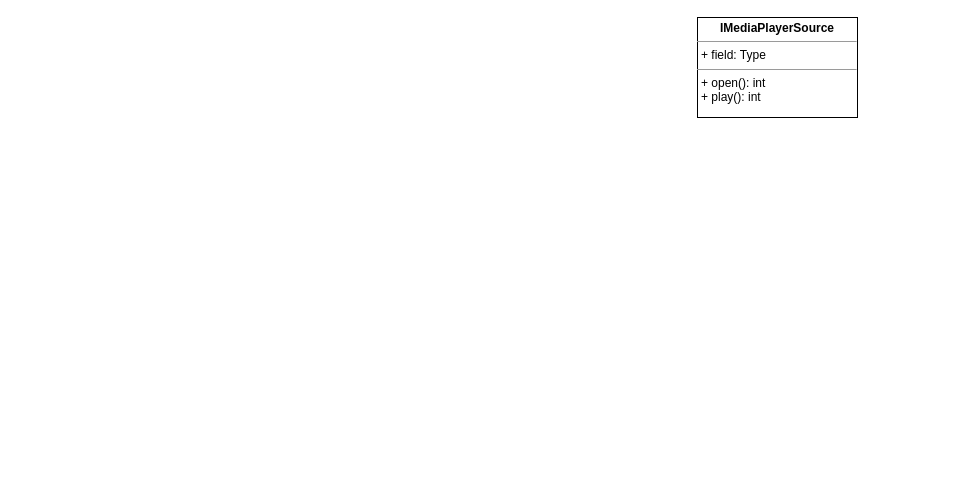
Before: Agora/media_player_refactoring.drawio in hanpfei/uml_document, a draw.io diagram. Source tidied: cells renumbered, new cells numbered last; positions are measured from the earlier drawing's top-left corner, leaving out a move shared by most shapes. Both pictures are drawn from the tidied source at 100%, with x=0, y=0 at pixel (697, 17).
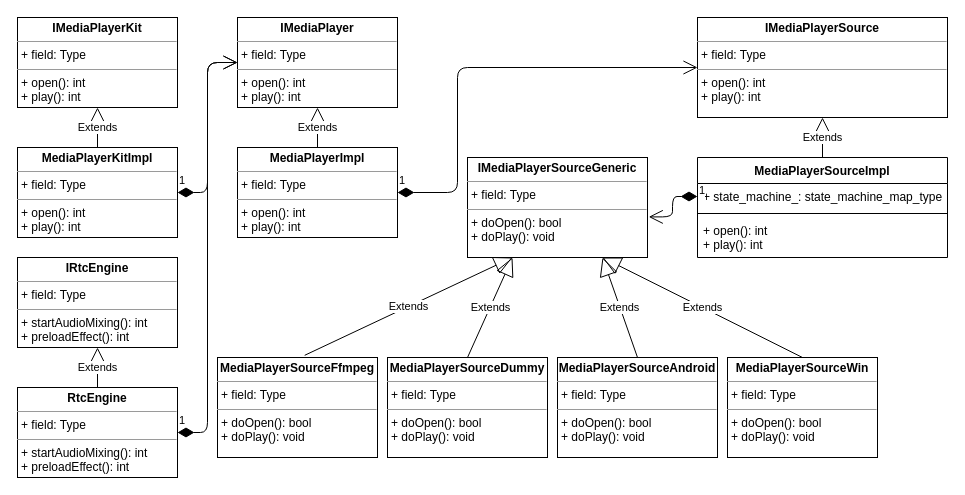
The same page after the edit.

Diff of the diagram source:
```diff
@@
     <mxCell id="2" value="&lt;p style=&quot;margin: 0px ; margin-top: 4px ; text-align: center&quot;&gt;&lt;b&gt;IMediaPlayerSource&lt;/b&gt;&lt;br&gt;&lt;/p&gt;&lt;hr size=&quot;1&quot;&gt;&lt;p style=&quot;margin: 0px ; margin-left: 4px&quot;&gt;+ field: Type&lt;/p&gt;&lt;hr size=&quot;1&quot;&gt;&lt;p style=&quot;margin: 0px ; margin-left: 4px&quot;&gt;+ open(): int&lt;/p&gt;&lt;p style=&quot;margin: 0px ; margin-left: 4px&quot;&gt;+ play(): int&lt;br&gt;&lt;/p&gt;&lt;p style=&quot;margin: 0px ; margin-left: 4px&quot;&gt;&lt;br&gt;&lt;/p&gt;" style="verticalAlign=top;align=left;overflow=fill;fontSize=12;fontFamily=Helvetica;html=1;" parent="1" vertex="1">
-      <mxGeometry width="160" height="100" as="geometry" />
+      <mxGeometry width="250" height="100" as="geometry" />
     </mxCell>
+    <mxCell id="3" value="MediaPlayerSourceImpl" style="swimlane;fontStyle=1;align=center;verticalAlign=top;horizontal=1;startSize=26;" parent="1" vertex="1">
+      <mxGeometry y="140" width="250" height="100" as="geometry" />
+    </mxCell>
+    <mxCell id="4" value="+ state_machine_: state_machine_map_type" style="text;strokeColor=none;fillColor=none;align=left;verticalAlign=top;spacingLeft=4;spacingRight=4;overflow=hidden;points=[[0,0.5],[1,0.5]];portConstraint=eastwest;" parent="3" vertex="1">
+      <mxGeometry y="26" width="250" height="26" as="geometry" />
+    </mxCell>
+    <mxCell id="5" style="line;strokeWidth=1;fillColor=none;align=left;verticalAlign=middle;spacingTop=-1;spacingLeft=3;spacingRight=3;labelPosition=right;" parent="3" vertex="1">
+      <mxGeometry y="52" width="250" height="8" as="geometry" />
+    </mxCell>
+    <mxCell id="6" value="+ open(): int&#10;+ play(): int" style="text;strokeColor=none;fillColor=none;align=left;verticalAlign=top;spacingLeft=4;spacingRight=4;overflow=hidden;" parent="3" vertex="1">
+      <mxGeometry y="60" width="250" height="40" as="geometry" />
+    </mxCell>
+    <mxCell id="7" value="Extends" style="endArrow=block;endSize=16;endFill=0;html=1;exitX=0.5;exitY=0;exitDx=0;exitDy=0;" parent="1" edge="1" source="3" target="2">
+      <mxGeometry relative="1" as="geometry" />
+    </mxCell>
+    <mxCell id="8" value="&lt;p style=&quot;margin: 0px ; margin-top: 4px ; text-align: center&quot;&gt;&lt;b&gt;IMediaPlayerSourceGeneric&lt;/b&gt;&lt;br&gt;&lt;/p&gt;&lt;hr size=&quot;1&quot;&gt;&lt;p style=&quot;margin: 0px ; margin-left: 4px&quot;&gt;+ field: Type&lt;/p&gt;&lt;hr size=&quot;1&quot;&gt;&lt;p style=&quot;margin: 0px ; margin-left: 4px&quot;&gt;+ doOpen(): bool&lt;/p&gt;&lt;p style=&quot;margin: 0px ; margin-left: 4px&quot;&gt;+ doPlay(): void&lt;br&gt;&lt;/p&gt;&lt;p style=&quot;margin: 0px ; margin-left: 4px&quot;&gt;&lt;br&gt;&lt;/p&gt;" style="verticalAlign=top;align=left;overflow=fill;fontSize=12;fontFamily=Helvetica;html=1;" parent="1" vertex="1">
+      <mxGeometry x="-230" y="140" width="180" height="100" as="geometry" />
+    </mxCell>
+    <mxCell id="9" value="&lt;p style=&quot;margin: 0px ; margin-top: 4px ; text-align: center&quot;&gt;&lt;b&gt;MediaPlayerSourceAndroid&lt;/b&gt;&lt;br&gt;&lt;/p&gt;&lt;hr size=&quot;1&quot;&gt;&lt;p style=&quot;margin: 0px ; margin-left: 4px&quot;&gt;+ field: Type&lt;/p&gt;&lt;hr size=&quot;1&quot;&gt;&lt;p style=&quot;margin: 0px ; margin-left: 4px&quot;&gt;+ doOpen(): bool&lt;/p&gt;&lt;p style=&quot;margin: 0px ; margin-left: 4px&quot;&gt;+ doPlay(): void&lt;br&gt;&lt;/p&gt;&lt;p style=&quot;margin: 0px ; margin-left: 4px&quot;&gt;&lt;br&gt;&lt;/p&gt;" style="verticalAlign=top;align=left;overflow=fill;fontSize=12;fontFamily=Helvetica;html=1;" parent="1" vertex="1">
+      <mxGeometry x="-140" y="340" width="160" height="100" as="geometry" />
+    </mxCell>
+    <mxCell id="10" value="&lt;p style=&quot;margin: 0px ; margin-top: 4px ; text-align: center&quot;&gt;&lt;b&gt;MediaPlayerSourceFfmpeg&lt;/b&gt;&lt;br&gt;&lt;/p&gt;&lt;hr size=&quot;1&quot;&gt;&lt;p style=&quot;margin: 0px ; margin-left: 4px&quot;&gt;+ field: Type&lt;/p&gt;&lt;hr size=&quot;1&quot;&gt;&lt;p style=&quot;margin: 0px ; margin-left: 4px&quot;&gt;+ doOpen(): bool&lt;/p&gt;&lt;p style=&quot;margin: 0px ; margin-left: 4px&quot;&gt;+ doPlay(): void&lt;br&gt;&lt;/p&gt;&lt;p style=&quot;margin: 0px ; margin-left: 4px&quot;&gt;&lt;br&gt;&lt;/p&gt;" style="verticalAlign=top;align=left;overflow=fill;fontSize=12;fontFamily=Helvetica;html=1;" parent="1" vertex="1">
+      <mxGeometry x="-480" y="340" width="160" height="100" as="geometry" />
+    </mxCell>
+    <mxCell id="11" value="&lt;p style=&quot;margin: 0px ; margin-top: 4px ; text-align: center&quot;&gt;&lt;b&gt;MediaPlayerSourceDummy&lt;/b&gt;&lt;br&gt;&lt;/p&gt;&lt;hr size=&quot;1&quot;&gt;&lt;p style=&quot;margin: 0px ; margin-left: 4px&quot;&gt;+ field: Type&lt;/p&gt;&lt;hr size=&quot;1&quot;&gt;&lt;p style=&quot;margin: 0px ; margin-left: 4px&quot;&gt;+ doOpen(): bool&lt;/p&gt;&lt;p style=&quot;margin: 0px ; margin-left: 4px&quot;&gt;+ doPlay(): void&lt;br&gt;&lt;/p&gt;&lt;p style=&quot;margin: 0px ; margin-left: 4px&quot;&gt;&lt;br&gt;&lt;/p&gt;" style="verticalAlign=top;align=left;overflow=fill;fontSize=12;fontFamily=Helvetica;html=1;" parent="1" vertex="1">
+      <mxGeometry x="-310" y="340" width="160" height="100" as="geometry" />
+    </mxCell>
+    <mxCell id="12" value="&lt;p style=&quot;margin: 0px ; margin-top: 4px ; text-align: center&quot;&gt;&lt;b&gt;MediaPlayerSourceWin&lt;/b&gt;&lt;br&gt;&lt;/p&gt;&lt;hr size=&quot;1&quot;&gt;&lt;p style=&quot;margin: 0px ; margin-left: 4px&quot;&gt;+ field: Type&lt;/p&gt;&lt;hr size=&quot;1&quot;&gt;&lt;p style=&quot;margin: 0px ; margin-left: 4px&quot;&gt;+ doOpen(): bool&lt;/p&gt;&lt;p style=&quot;margin: 0px ; margin-left: 4px&quot;&gt;+ doPlay(): void&lt;br&gt;&lt;/p&gt;&lt;p style=&quot;margin: 0px ; margin-left: 4px&quot;&gt;&lt;br&gt;&lt;/p&gt;" style="verticalAlign=top;align=left;overflow=fill;fontSize=12;fontFamily=Helvetica;html=1;" parent="1" vertex="1">
+      <mxGeometry x="30" y="340" width="150" height="100" as="geometry" />
+    </mxCell>
+    <mxCell id="13" value="Extends" style="endArrow=block;endSize=16;endFill=0;html=1;exitX=0.545;exitY=-0.022;exitDx=0;exitDy=0;exitPerimeter=0;entryX=0.25;entryY=1;entryDx=0;entryDy=0;" parent="1" edge="1" source="10" target="8">
+      <mxGeometry relative="1" as="geometry" />
+    </mxCell>
+    <mxCell id="14" value="Extends" style="endArrow=block;endSize=16;endFill=0;html=1;exitX=0.5;exitY=0;exitDx=0;exitDy=0;entryX=0.25;entryY=1;entryDx=0;entryDy=0;" parent="1" edge="1" source="11" target="8">
+      <mxGeometry relative="1" as="geometry" />
+    </mxCell>
+    <mxCell id="15" value="Extends" style="endArrow=block;endSize=16;endFill=0;html=1;exitX=0.5;exitY=0;exitDx=0;exitDy=0;entryX=0.75;entryY=1;entryDx=0;entryDy=0;" parent="1" edge="1" source="9" target="8">
+      <mxGeometry relative="1" as="geometry" />
+    </mxCell>
+    <mxCell id="16" value="Extends" style="endArrow=block;endSize=16;endFill=0;html=1;exitX=0.5;exitY=0;exitDx=0;exitDy=0;entryX=0.75;entryY=1;entryDx=0;entryDy=0;" parent="1" edge="1" source="12" target="8">
+      <mxGeometry relative="1" as="geometry" />
+    </mxCell>
+    <mxCell id="17" value="1" style="endArrow=open;html=1;endSize=12;startArrow=diamondThin;startSize=14;startFill=1;edgeStyle=orthogonalEdgeStyle;align=left;verticalAlign=bottom;exitX=0;exitY=0.5;exitDx=0;exitDy=0;entryX=1.007;entryY=0.594;entryDx=0;entryDy=0;entryPerimeter=0;" parent="1" edge="1" source="4" target="8">
+      <mxGeometry x="-1" y="3" relative="1" as="geometry" />
+    </mxCell>
+    <mxCell id="18" value="&lt;p style=&quot;margin: 0px ; margin-top: 4px ; text-align: center&quot;&gt;&lt;b&gt;IMediaPlayer&lt;/b&gt;&lt;br&gt;&lt;/p&gt;&lt;hr size=&quot;1&quot;&gt;&lt;p style=&quot;margin: 0px ; margin-left: 4px&quot;&gt;+ field: Type&lt;/p&gt;&lt;hr size=&quot;1&quot;&gt;&lt;p style=&quot;margin: 0px ; margin-left: 4px&quot;&gt;+ open(): int&lt;/p&gt;&lt;p style=&quot;margin: 0px ; margin-left: 4px&quot;&gt;+ play(): int&lt;br&gt;&lt;/p&gt;&lt;p style=&quot;margin: 0px ; margin-left: 4px&quot;&gt;&lt;br&gt;&lt;/p&gt;" style="verticalAlign=top;align=left;overflow=fill;fontSize=12;fontFamily=Helvetica;html=1;" parent="1" vertex="1">
+      <mxGeometry x="-460" width="160" height="90" as="geometry" />
+    </mxCell>
+    <mxCell id="19" value="&lt;p style=&quot;margin: 0px ; margin-top: 4px ; text-align: center&quot;&gt;&lt;b&gt;MediaPlayerImpl&lt;/b&gt;&lt;br&gt;&lt;/p&gt;&lt;hr size=&quot;1&quot;&gt;&lt;p style=&quot;margin: 0px ; margin-left: 4px&quot;&gt;+ field: Type&lt;/p&gt;&lt;hr size=&quot;1&quot;&gt;&lt;p style=&quot;margin: 0px ; margin-left: 4px&quot;&gt;+ open(): int&lt;/p&gt;&lt;p style=&quot;margin: 0px ; margin-left: 4px&quot;&gt;+ play(): int&lt;br&gt;&lt;/p&gt;&lt;p style=&quot;margin: 0px ; margin-left: 4px&quot;&gt;&lt;br&gt;&lt;/p&gt;" style="verticalAlign=top;align=left;overflow=fill;fontSize=12;fontFamily=Helvetica;html=1;" parent="1" vertex="1">
+      <mxGeometry x="-460" y="130" width="160" height="90" as="geometry" />
+    </mxCell>
+    <mxCell id="20" value="Extends" style="endArrow=block;endSize=16;endFill=0;html=1;entryX=0.5;entryY=1;entryDx=0;entryDy=0;" parent="1" edge="1" source="19" target="18">
+      <mxGeometry relative="1" as="geometry" />
+    </mxCell>
+    <mxCell id="21" value="1" style="endArrow=open;html=1;endSize=12;startArrow=diamondThin;startSize=14;startFill=1;edgeStyle=orthogonalEdgeStyle;align=left;verticalAlign=bottom;exitX=1;exitY=0.5;exitDx=0;exitDy=0;entryX=0;entryY=0.5;entryDx=0;entryDy=0;" parent="1" edge="1" source="19" target="2">
+      <mxGeometry x="-1" y="3" relative="1" as="geometry">
+        <Array as="points">
+          <mxPoint x="-240" y="175" />
+          <mxPoint x="-240" y="50" />
+        </Array>
+      </mxGeometry>
+    </mxCell>
+    <mxCell id="22" value="&lt;p style=&quot;margin: 0px ; margin-top: 4px ; text-align: center&quot;&gt;&lt;b&gt;MediaPlayerKitImpl&lt;/b&gt;&lt;br&gt;&lt;/p&gt;&lt;hr size=&quot;1&quot;&gt;&lt;p style=&quot;margin: 0px ; margin-left: 4px&quot;&gt;+ field: Type&lt;/p&gt;&lt;hr size=&quot;1&quot;&gt;&lt;p style=&quot;margin: 0px ; margin-left: 4px&quot;&gt;+ open(): int&lt;/p&gt;&lt;p style=&quot;margin: 0px ; margin-left: 4px&quot;&gt;+ play(): int&lt;br&gt;&lt;/p&gt;&lt;p style=&quot;margin: 0px ; margin-left: 4px&quot;&gt;&lt;br&gt;&lt;/p&gt;" style="verticalAlign=top;align=left;overflow=fill;fontSize=12;fontFamily=Helvetica;html=1;" parent="1" vertex="1">
+      <mxGeometry x="-680" y="130" width="160" height="90" as="geometry" />
+    </mxCell>
+    <mxCell id="23" value="&lt;p style=&quot;margin: 0px ; margin-top: 4px ; text-align: center&quot;&gt;&lt;b&gt;IMediaPlayerKit&lt;/b&gt;&lt;br&gt;&lt;/p&gt;&lt;hr size=&quot;1&quot;&gt;&lt;p style=&quot;margin: 0px ; margin-left: 4px&quot;&gt;+ field: Type&lt;/p&gt;&lt;hr size=&quot;1&quot;&gt;&lt;p style=&quot;margin: 0px ; margin-left: 4px&quot;&gt;+ open(): int&lt;/p&gt;&lt;p style=&quot;margin: 0px ; margin-left: 4px&quot;&gt;+ play(): int&lt;br&gt;&lt;/p&gt;&lt;p style=&quot;margin: 0px ; margin-left: 4px&quot;&gt;&lt;br&gt;&lt;/p&gt;" style="verticalAlign=top;align=left;overflow=fill;fontSize=12;fontFamily=Helvetica;html=1;" parent="1" vertex="1">
+      <mxGeometry x="-680" width="160" height="90" as="geometry" />
+    </mxCell>
+    <mxCell id="24" value="Extends" style="endArrow=block;endSize=16;endFill=0;html=1;entryX=0.5;entryY=1;entryDx=0;entryDy=0;" parent="1" edge="1" source="22" target="23">
+      <mxGeometry relative="1" as="geometry" />
+    </mxCell>
+    <mxCell id="25" value="1" style="endArrow=open;html=1;endSize=12;startArrow=diamondThin;startSize=14;startFill=1;edgeStyle=orthogonalEdgeStyle;align=left;verticalAlign=bottom;entryX=0;entryY=0.5;entryDx=0;entryDy=0;exitX=1;exitY=0.5;exitDx=0;exitDy=0;" parent="1" edge="1" source="22" target="18">
+      <mxGeometry x="-1" y="3" relative="1" as="geometry" />
+    </mxCell>
+    <mxCell id="26" value="&lt;p style=&quot;margin: 0px ; margin-top: 4px ; text-align: center&quot;&gt;&lt;b&gt;IRtcEngine&lt;/b&gt;&lt;br&gt;&lt;/p&gt;&lt;hr size=&quot;1&quot;&gt;&lt;p style=&quot;margin: 0px ; margin-left: 4px&quot;&gt;+ field: Type&lt;/p&gt;&lt;hr size=&quot;1&quot;&gt;&lt;p style=&quot;margin: 0px ; margin-left: 4px&quot;&gt;+ startAudioMixing(): int&lt;/p&gt;&lt;p style=&quot;margin: 0px ; margin-left: 4px&quot;&gt;+ preloadEffect(): int&lt;br&gt;&lt;/p&gt;&lt;p style=&quot;margin: 0px ; margin-left: 4px&quot;&gt;&lt;br&gt;&lt;/p&gt;" style="verticalAlign=top;align=left;overflow=fill;fontSize=12;fontFamily=Helvetica;html=1;" parent="1" vertex="1">
+      <mxGeometry x="-680" y="240" width="160" height="90" as="geometry" />
+    </mxCell>
+    <mxCell id="27" value="&lt;p style=&quot;margin: 0px ; margin-top: 4px ; text-align: center&quot;&gt;&lt;b&gt;RtcEngine&lt;/b&gt;&lt;br&gt;&lt;/p&gt;&lt;hr size=&quot;1&quot;&gt;&lt;p style=&quot;margin: 0px ; margin-left: 4px&quot;&gt;+ field: Type&lt;/p&gt;&lt;hr size=&quot;1&quot;&gt;&lt;p style=&quot;margin: 0px ; margin-left: 4px&quot;&gt;+ startAudioMixing(): int&lt;/p&gt;&lt;p style=&quot;margin: 0px ; margin-left: 4px&quot;&gt;+ preloadEffect(): int&lt;br&gt;&lt;/p&gt;&lt;p style=&quot;margin: 0px ; margin-left: 4px&quot;&gt;&lt;br&gt;&lt;/p&gt;" style="verticalAlign=top;align=left;overflow=fill;fontSize=12;fontFamily=Helvetica;html=1;" parent="1" vertex="1">
+      <mxGeometry x="-680" y="370" width="160" height="90" as="geometry" />
+    </mxCell>
+    <mxCell id="28" value="Extends" style="endArrow=block;endSize=16;endFill=0;html=1;entryX=0.5;entryY=1;entryDx=0;entryDy=0;exitX=0.5;exitY=0;exitDx=0;exitDy=0;" parent="1" edge="1" source="27" target="26">
+      <mxGeometry relative="1" as="geometry" />
+    </mxCell>
+    <mxCell id="29" value="1" style="endArrow=open;html=1;endSize=12;startArrow=diamondThin;startSize=14;startFill=1;edgeStyle=orthogonalEdgeStyle;align=left;verticalAlign=bottom;exitX=1;exitY=0.5;exitDx=0;exitDy=0;entryX=0;entryY=0.5;entryDx=0;entryDy=0;" parent="1" edge="1" source="27" target="18">
+      <mxGeometry x="-1" y="3" relative="1" as="geometry" />
+    </mxCell>
```
